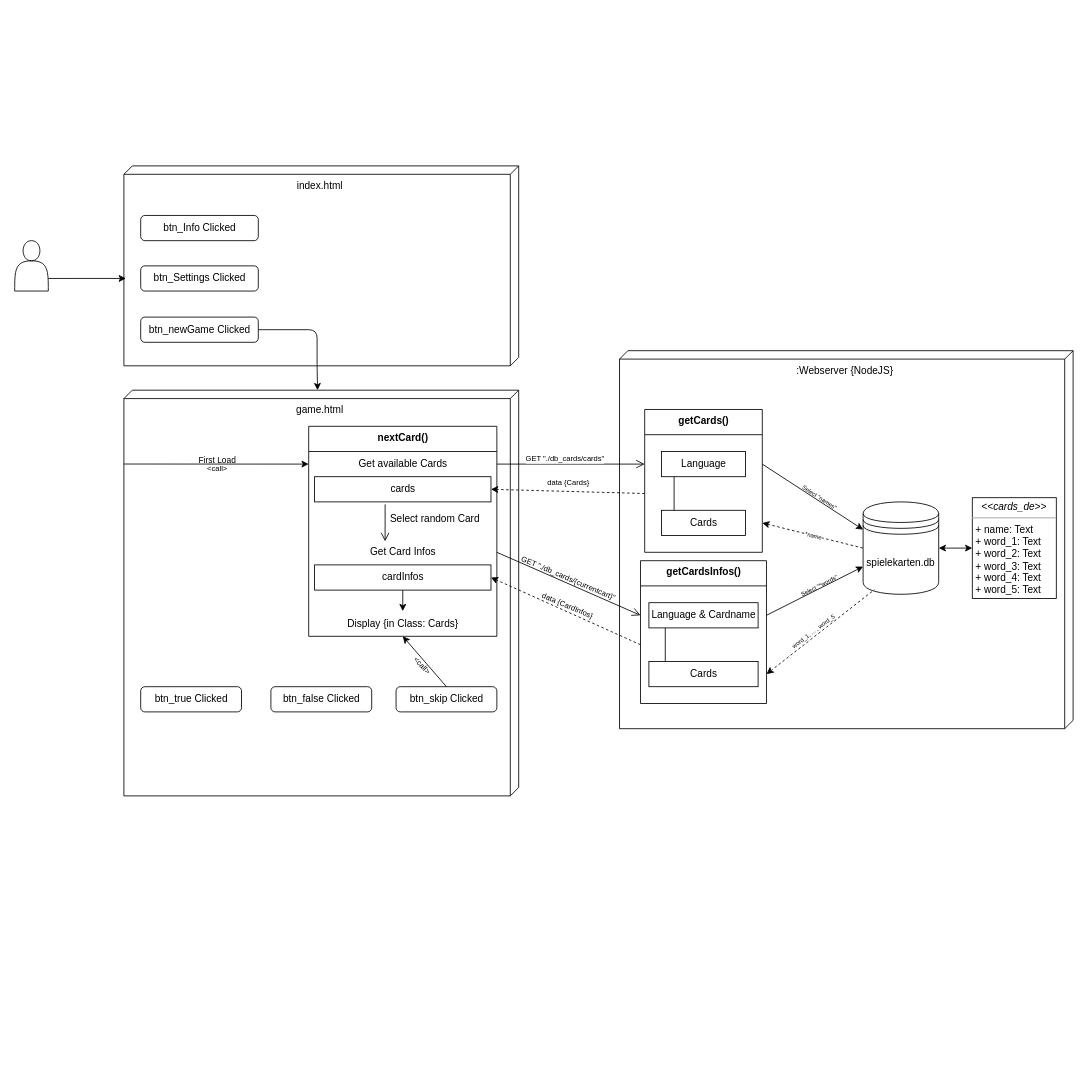
xxchillkroetexx/Projektmanagement keeps this draw.io diagram as uml.drawio. Above is the earlier version. Source tidied: cells renumbered, new cells numbered last; positions are measured from the earlier drawing's top-left corner, leaving out a move shared by most shapes. Both pictures are drawn from the tidied source at 84%, with x=0, y=0 at pixel (14, 165).
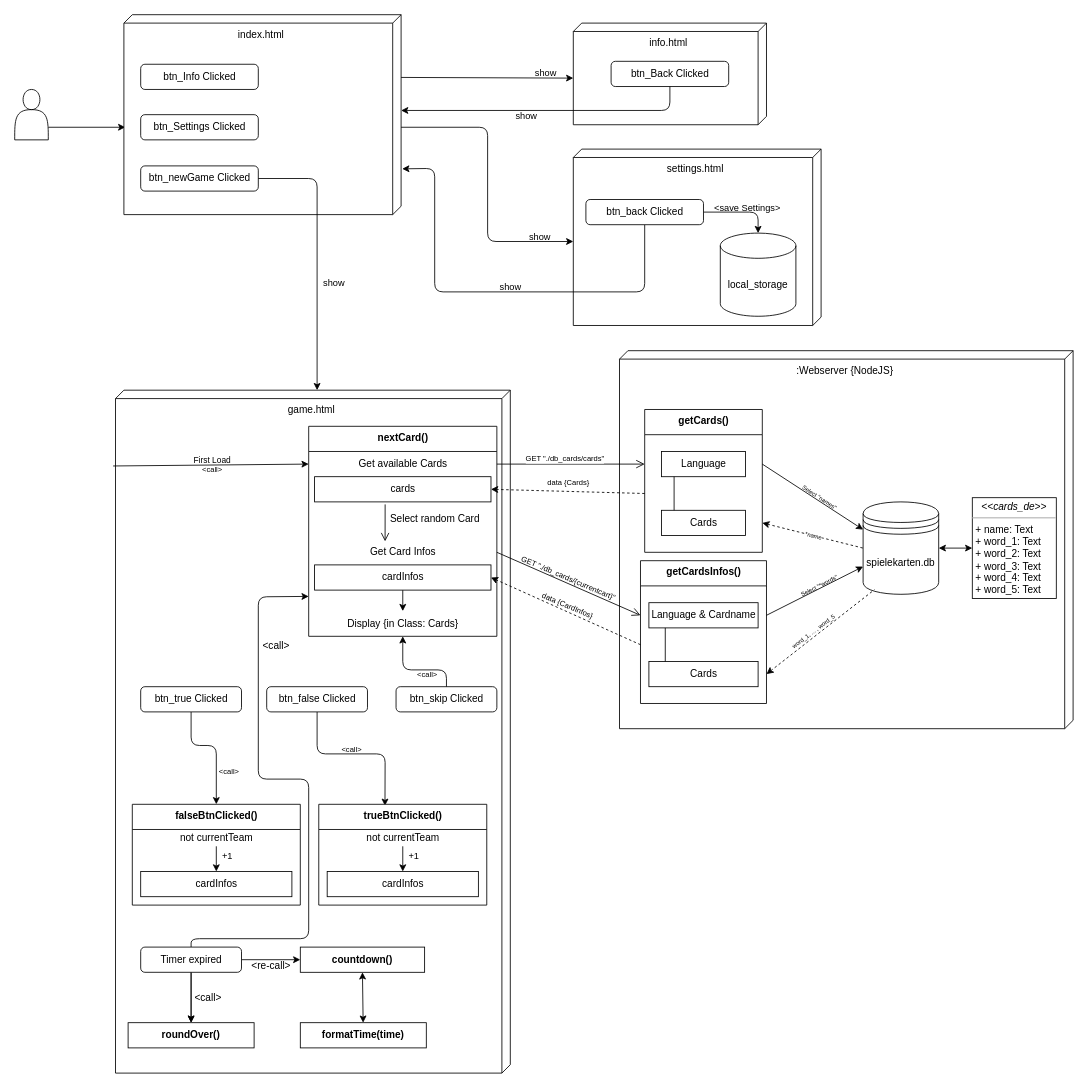
Above is the later version.

Commit message:
UML finished

The change refers to these unchanged cells:
```xml
<mxCell id="8" value="btn_skip Clicked" style="html=1;align=center;verticalAlign=middle;rounded=1;absoluteArcSize=1;arcSize=10;dashed=0;fontSize=12;gradientColor=none;" parent="1" vertex="1">
  <mxGeometry x="454" y="620" width="120" height="30" as="geometry" />
</mxCell>
<mxCell id="11" value="Get available Cards" style="html=1;strokeColor=none;fillColor=none;align=center;verticalAlign=middle;spacingLeft=4;spacingRight=4;points=[[0,0.5],[1,0.5]];fontSize=12;" parent="10" vertex="1">
  <mxGeometry y="30" width="224" height="30" as="geometry" />
</mxCell>
<mxCell id="12" style="swimlane;fontStyle=1;align=center;verticalAlign=top;horizontal=1;startSize=0;html=1;strokeColor=none;fillColor=none;fontSize=12;" parent="10" vertex="1">
  <mxGeometry y="60" width="224" height="190" as="geometry" />
</mxCell>
<mxCell id="47" value="btn_true Clicked" style="html=1;align=center;verticalAlign=middle;rounded=1;absoluteArcSize=1;arcSize=10;dashed=0;fontSize=12;gradientColor=none;" parent="1" vertex="1">
  <mxGeometry x="150" y="620" width="120" height="30" as="geometry" />
</mxCell>
```

What changed in the source:
```diff
@@
-    <mxCell id="3" style="edgeStyle=none;html=1;fontSize=9;fontColor=default;startArrow=classic;startFill=1;endArrow=none;endFill=0;entryX=0;entryY=0;entryDx=238;entryDy=240;entryPerimeter=0;" parent="1" edge="1" source="5" target="4">
-      <mxGeometry relative="1" as="geometry" />
-    </mxCell>
-    <mxCell id="4" value="index.html&lt;br style=&quot;font-size: 12px;&quot;&gt;" style="verticalAlign=top;align=center;shape=cube;size=10;direction=south;fontStyle=0;html=1;boundedLbl=1;spacingLeft=5;fontSize=12;gradientColor=none;" parent="1" vertex="1">
-      <mxGeometry x="130" width="470" height="238" as="geometry" />
-    </mxCell>
     <mxCell id="5" value="game.html" style="verticalAlign=top;align=center;shape=cube;size=10;direction=south;fontStyle=0;html=1;boundedLbl=1;spacingLeft=5;fontSize=12;gradientColor=none;" parent="1" vertex="1">
-      <mxGeometry x="130" y="267" width="470" height="483" as="geometry" />
+      <mxGeometry x="120" y="267" width="470" height="813" as="geometry" />
     </mxCell>
@@
     <mxCell id="7" style="shape=actor;whiteSpace=wrap;html=1;fontSize=12;gradientColor=none;" parent="1" vertex="1">
-      <mxGeometry y="89" width="40" height="60" as="geometry" />
+      <mxGeometry y="-91" width="40" height="60" as="geometry" />
     </mxCell>
@@
+    <mxCell id="58" style="edgeStyle=none;html=1;exitX=0.5;exitY=1;exitDx=0;exitDy=0;entryX=0.394;entryY=0.015;entryDx=0;entryDy=0;entryPerimeter=0;endArrow=classic;endFill=1;" parent="1" edge="1" source="9" target="87">
+      <mxGeometry relative="1" as="geometry">
+        <Array as="points">
+          <mxPoint x="360" y="700" />
+          <mxPoint x="441" y="700" />
+        </Array>
+      </mxGeometry>
+    </mxCell>
+    <mxCell id="59" value="&amp;lt;call&amp;gt;" style="edgeLabel;html=1;align=center;verticalAlign=middle;fontSize=9;spacingBottom=-9;labelBackgroundColor=none;" parent="58" vertex="1">
+      <mxGeometry x="0.16" y="-2" relative="1" as="geometry">
+        <mxPoint x="-22" y="-12" as="offset" />
+      </mxGeometry>
+    </mxCell>
     <mxCell id="9" value="btn_false Clicked" style="html=1;align=center;verticalAlign=middle;rounded=1;absoluteArcSize=1;arcSize=10;dashed=0;fontSize=12;gradientColor=none;" parent="1" vertex="1">
-      <mxGeometry x="305" y="620" width="120" height="30" as="geometry" />
+      <mxGeometry x="300" y="620" width="120" height="30" as="geometry" />
     </mxCell>
@@
-    <mxCell id="44" style="edgeStyle=none;html=1;exitX=0;exitY=0.5;exitDx=0;exitDy=0;entryX=0.182;entryY=1;entryDx=0;entryDy=0;entryPerimeter=0;fontSize=9;startArrow=classic;startFill=1;endArrow=none;endFill=0;" parent="1" edge="1" source="11" target="5">
+    <mxCell id="44" style="edgeStyle=none;html=1;exitX=0;exitY=0.5;exitDx=0;exitDy=0;entryX=0.111;entryY=1.006;entryDx=0;entryDy=0;entryPerimeter=0;fontSize=9;startArrow=classic;startFill=1;endArrow=none;endFill=0;" parent="1" edge="1" source="11" target="5">
       <mxGeometry relative="1" as="geometry" />
     </mxCell>
-    <mxCell id="45" value="First Load" style="edgeLabel;html=1;align=center;verticalAlign=middle;fontSize=10;labelBackgroundColor=none;" parent="44" vertex="1">
+    <mxCell id="45" value="First Load" style="edgeLabel;html=1;align=center;verticalAlign=middle;fontSize=10;labelBackgroundColor=none;spacing=2;spacingTop=-4;" parent="44" vertex="1">
       <mxGeometry relative="1" as="geometry">
         <mxPoint y="-5" as="offset" />
       </mxGeometry>
     </mxCell>
-    <mxCell id="46" value="&amp;lt;call&amp;gt;" style="edgeLabel;html=1;align=center;verticalAlign=middle;fontSize=9;fontColor=default;labelBackgroundColor=none;" parent="44" vertex="1">
+    <mxCell id="46" value="&amp;lt;call&amp;gt;" style="edgeLabel;html=1;align=center;verticalAlign=middle;fontSize=9;fontColor=default;labelBackgroundColor=none;spacingTop=-2;" parent="44" vertex="1">
       <mxGeometry relative="1" as="geometry">
         <mxPoint y="6" as="offset" />
       </mxGeometry>
     </mxCell>
+    <mxCell id="60" style="edgeStyle=none;html=1;exitX=0.5;exitY=1;exitDx=0;exitDy=0;entryX=0.5;entryY=0;entryDx=0;entryDy=0;endArrow=classic;endFill=1;" parent="1" edge="1" source="47" target="81">
+      <mxGeometry relative="1" as="geometry">
+        <Array as="points">
+          <mxPoint x="210" y="690" />
+          <mxPoint x="240" y="690" />
+        </Array>
+      </mxGeometry>
+    </mxCell>
+    <mxCell id="61" value="&amp;lt;call&amp;gt;" style="edgeLabel;html=1;align=center;verticalAlign=middle;fontSize=9;spacingLeft=-10;" parent="60" vertex="1">
+      <mxGeometry x="-0.11" y="1" relative="1" as="geometry">
+        <mxPoint x="27" y="31" as="offset" />
+      </mxGeometry>
+    </mxCell>
@@
     <mxCell id="48" style="edgeStyle=none;html=1;entryX=0.5;entryY=0;entryDx=0;entryDy=0;fontSize=9;startArrow=classic;startFill=1;endArrow=none;endFill=0;" parent="1" edge="1" target="8">
       <mxGeometry relative="1" as="geometry">
         <mxPoint x="462" y="560" as="sourcePoint" />
+        <Array as="points">
+          <mxPoint x="462" y="600" />
+          <mxPoint x="514" y="600" />
+        </Array>
       </mxGeometry>
     </mxCell>
-    <mxCell id="49" value="&amp;lt;call&amp;gt;" style="edgeLabel;html=1;align=center;verticalAlign=middle;fontSize=9;fontColor=default;rotation=48;labelBackgroundColor=none;" parent="48" vertex="1">
+    <mxCell id="49" value="&amp;lt;call&amp;gt;" style="edgeLabel;html=1;align=center;verticalAlign=middle;fontSize=9;fontColor=default;rotation=0;labelBackgroundColor=none;spacingTop=2;" parent="48" vertex="1">
       <mxGeometry relative="1" as="geometry">
-        <mxPoint x="-3" y="4" as="offset" />
+        <mxPoint x="12" y="4" as="offset" />
       </mxGeometry>
     </mxCell>
@@
-    <mxCell id="54" style="edgeStyle=none;html=1;exitX=1;exitY=0.5;exitDx=0;exitDy=0;entryX=0;entryY=0;entryDx=238;entryDy=240;entryPerimeter=0;endArrow=none;endFill=0;" parent="1" edge="1" source="55" target="4">
-      <mxGeometry relative="1" as="geometry">
-        <Array as="points">
-          <mxPoint x="360" y="195" />
-        </Array>
-      </mxGeometry>
-    </mxCell>
+    <mxCell id="62" style="edgeStyle=none;html=1;exitX=1;exitY=0.5;exitDx=0;exitDy=0;endArrow=classic;endFill=1;entryX=0;entryY=0;entryDx=110;entryDy=295;entryPerimeter=0;" parent="1" edge="1" source="56" target="66">
+      <mxGeometry relative="1" as="geometry">
+        <Array as="points">
+          <mxPoint x="563" y="-46" />
+          <mxPoint x="563" y="90" />
+        </Array>
+      </mxGeometry>
+    </mxCell>
+    <mxCell id="63" value="show" style="edgeLabel;html=1;align=center;verticalAlign=middle;labelBackgroundColor=none;spacingRight=0;spacingBottom=2;" parent="62" vertex="1">
+      <mxGeometry x="0.84" relative="1" as="geometry">
+        <mxPoint y="-5" as="offset" />
+      </mxGeometry>
+    </mxCell>
+    <mxCell id="64" style="edgeStyle=none;html=1;exitX=1;exitY=0.5;exitDx=0;exitDy=0;entryX=0;entryY=0;entryDx=65.5;entryDy=230;entryPerimeter=0;" parent="1" edge="1" source="57" target="68">
+      <mxGeometry relative="1" as="geometry" />
+    </mxCell>
+    <mxCell id="65" value="show" style="edgeLabel;html=1;align=center;verticalAlign=middle;labelBackgroundColor=none;spacingBottom=4;" parent="64" vertex="1">
+      <mxGeometry x="0.82" y="2" relative="1" as="geometry">
+        <mxPoint y="-3" as="offset" />
+      </mxGeometry>
+    </mxCell>
+    <mxCell id="66" value="settings.html" style="verticalAlign=top;align=center;shape=cube;size=10;direction=south;fontStyle=0;html=1;boundedLbl=1;spacingLeft=5;fontSize=12;gradientColor=none;" parent="1" vertex="1">
+      <mxGeometry x="665" y="-20" width="295" height="210" as="geometry" />
+    </mxCell>
+    <mxCell id="67" style="group;" parent="1" vertex="1">
+      <mxGeometry x="665" y="-170" width="230" height="121" as="geometry" />
+    </mxCell>
+    <mxCell id="68" value="info.html" style="verticalAlign=top;align=center;shape=cube;size=10;direction=south;fontStyle=0;html=1;boundedLbl=1;spacingLeft=5;fontSize=12;gradientColor=none;" parent="67" vertex="1">
+      <mxGeometry width="230" height="121" as="geometry" />
+    </mxCell>
+    <mxCell id="69" value="btn_Back&amp;nbsp;Clicked" style="html=1;align=center;verticalAlign=middle;rounded=1;absoluteArcSize=1;arcSize=10;dashed=0;fontSize=12;gradientColor=none;" parent="67" vertex="1">
+      <mxGeometry x="45" y="45.5" width="140" height="30" as="geometry" />
+    </mxCell>
+    <mxCell id="70" style="edgeStyle=none;html=1;exitX=0.5;exitY=1;exitDx=0;exitDy=0;entryX=0;entryY=0;entryDx=113.99999999999999;entryDy=0;entryPerimeter=0;endArrow=classic;endFill=1;" parent="1" edge="1" source="69" target="4">
+      <mxGeometry relative="1" as="geometry">
+        <Array as="points">
+          <mxPoint x="780" y="-66" />
+        </Array>
+      </mxGeometry>
+    </mxCell>
+    <mxCell id="71" value="show" style="edgeLabel;html=1;align=center;verticalAlign=middle;labelBackgroundColor=none;spacingBottom=-2;" parent="70" vertex="1">
+      <mxGeometry x="-0.41" y="1" relative="1" as="geometry">
+        <mxPoint x="-97" y="4" as="offset" />
+      </mxGeometry>
+    </mxCell>
+    <mxCell id="72" style="edgeStyle=none;html=1;exitX=0.5;exitY=1;exitDx=0;exitDy=0;entryX=0.771;entryY=-0.004;entryDx=0;entryDy=0;entryPerimeter=0;endArrow=classic;endFill=1;" parent="1" edge="1" source="76" target="4">
+      <mxGeometry relative="1" as="geometry">
+        <Array as="points">
+          <mxPoint x="750" y="150" />
+          <mxPoint x="500" y="150" />
+          <mxPoint x="500" y="3" />
+        </Array>
+      </mxGeometry>
+    </mxCell>
+    <mxCell id="73" value="show" style="edgeLabel;html=1;align=center;verticalAlign=middle;labelBackgroundColor=none;spacingTop=7;" parent="72" vertex="1">
+      <mxGeometry x="-0.1" y="1" relative="1" as="geometry">
+        <mxPoint x="-9" y="-11" as="offset" />
+      </mxGeometry>
+    </mxCell>
+    <mxCell id="74" style="edgeStyle=none;html=1;exitX=1;exitY=0.5;exitDx=0;exitDy=0;entryX=0.5;entryY=0;entryDx=0;entryDy=0;entryPerimeter=0;endArrow=classic;endFill=1;" parent="1" edge="1" source="76" target="80">
+      <mxGeometry relative="1" as="geometry">
+        <Array as="points">
+          <mxPoint x="885" y="55" />
+        </Array>
+      </mxGeometry>
+    </mxCell>
+    <mxCell id="75" value="&amp;lt;save Settings&amp;gt;" style="edgeLabel;html=1;align=center;verticalAlign=middle;labelBackgroundColor=none;spacingTop=-2;" parent="74" vertex="1">
+      <mxGeometry x="-0.27" y="1" relative="1" as="geometry">
+        <mxPoint x="18" y="-4" as="offset" />
+      </mxGeometry>
+    </mxCell>
+    <mxCell id="76" value="btn_back Clicked" style="html=1;align=center;verticalAlign=middle;rounded=1;absoluteArcSize=1;arcSize=10;dashed=0;fontSize=12;gradientColor=none;" parent="1" vertex="1">
+      <mxGeometry x="680" y="40" width="140" height="30" as="geometry" />
+    </mxCell>
+    <mxCell id="77" style="group;" parent="1" vertex="1">
+      <mxGeometry x="130" y="-180" width="330" height="238" as="geometry" />
+    </mxCell>
+    <mxCell id="4" value="index.html&lt;br style=&quot;font-size: 12px;&quot;&gt;" style="verticalAlign=top;align=center;shape=cube;size=10;direction=south;fontStyle=0;html=1;boundedLbl=1;spacingLeft=5;fontSize=12;gradientColor=none;" parent="77" vertex="1">
+      <mxGeometry width="330" height="238" as="geometry" />
+    </mxCell>
-    <mxCell id="55" value="btn_newGame&amp;nbsp;Clicked" style="html=1;align=center;verticalAlign=middle;rounded=1;absoluteArcSize=1;arcSize=10;dashed=0;fontSize=12;gradientColor=none;" parent="1" vertex="1">
-      <mxGeometry x="150" y="180" width="140" height="30" as="geometry" />
+    <mxCell id="55" value="btn_newGame&amp;nbsp;Clicked" style="html=1;align=center;verticalAlign=middle;rounded=1;absoluteArcSize=1;arcSize=10;dashed=0;fontSize=12;gradientColor=none;" parent="77" vertex="1">
+      <mxGeometry x="20" y="180" width="140" height="30" as="geometry" />
     </mxCell>
-    <mxCell id="56" value="btn_Settings Clicked" style="html=1;align=center;verticalAlign=middle;rounded=1;absoluteArcSize=1;arcSize=10;dashed=0;fontSize=12;gradientColor=none;" parent="1" vertex="1">
-      <mxGeometry x="150" y="119" width="140" height="30" as="geometry" />
+    <mxCell id="56" value="btn_Settings Clicked" style="html=1;align=center;verticalAlign=middle;rounded=1;absoluteArcSize=1;arcSize=10;dashed=0;fontSize=12;gradientColor=none;" parent="77" vertex="1">
+      <mxGeometry x="20" y="119" width="140" height="30" as="geometry" />
     </mxCell>
-    <mxCell id="57" value="btn_Info Clicked" style="html=1;align=center;verticalAlign=middle;rounded=1;absoluteArcSize=1;arcSize=10;dashed=0;fontSize=12;gradientColor=none;" parent="1" vertex="1">
-      <mxGeometry x="150" y="59" width="140" height="30" as="geometry" />
+    <mxCell id="57" value="btn_Info Clicked" style="html=1;align=center;verticalAlign=middle;rounded=1;absoluteArcSize=1;arcSize=10;dashed=0;fontSize=12;gradientColor=none;" parent="77" vertex="1">
+      <mxGeometry x="20" y="59" width="140" height="30" as="geometry" />
     </mxCell>
+    <mxCell id="78" style="edgeStyle=none;html=1;exitX=1;exitY=0.5;exitDx=0;exitDy=0;entryX=0;entryY=0;entryDx=0;entryDy=230;entryPerimeter=0;endArrow=classic;endFill=1;" parent="1" edge="1" source="55" target="5">
+      <mxGeometry relative="1" as="geometry">
+        <Array as="points">
+          <mxPoint x="360" y="15" />
+        </Array>
+      </mxGeometry>
+    </mxCell>
+    <mxCell id="79" value="show" style="edgeLabel;html=1;align=center;verticalAlign=middle;spacingLeft=-2;" parent="78" vertex="1">
+      <mxGeometry x="0.56" y="3" relative="1" as="geometry">
+        <mxPoint x="17" y="-57" as="offset" />
+      </mxGeometry>
+    </mxCell>
+    <mxCell id="80" value="local_storage" style="shape=cylinder3;whiteSpace=wrap;html=1;boundedLbl=1;backgroundOutline=1;size=15;labelBackgroundColor=none;" parent="1" vertex="1">
+      <mxGeometry x="840" y="80" width="90" height="99" as="geometry" />
+    </mxCell>
+    <mxCell id="81" value="falseBtnClicked()" style="swimlane;fontStyle=1;align=center;verticalAlign=top;horizontal=1;startSize=30;html=1;fontSize=12;gradientColor=none;" parent="1" vertex="1">
+      <mxGeometry x="140" y="760" width="200" height="120" as="geometry" />
+    </mxCell>
+    <mxCell id="82" value="not currentTeam" style="html=1;strokeColor=none;fillColor=none;align=center;verticalAlign=middle;spacingLeft=4;spacingRight=4;points=[[0,0.5],[1,0.5]];fontSize=12;" parent="81" vertex="1">
+      <mxGeometry y="30" width="200" height="20" as="geometry" />
+    </mxCell>
+    <mxCell id="83" style="swimlane;fontStyle=1;align=center;verticalAlign=top;horizontal=1;startSize=0;html=1;strokeColor=none;fillColor=none;fontSize=12;" parent="81" vertex="1">
+      <mxGeometry y="50" width="200" height="70" as="geometry" />
+    </mxCell>
+    <mxCell id="84" value="cardInfos" style="html=1;align=center;verticalAlign=middle;fontSize=12;gradientColor=none;" parent="83" vertex="1">
+      <mxGeometry width="180" height="30" relative="1" as="geometry">
+        <mxPoint x="10" y="30" as="offset" />
+      </mxGeometry>
+    </mxCell>
+    <mxCell id="85" style="edgeStyle=none;html=1;entryX=0.5;entryY=0;entryDx=0;entryDy=0;endArrow=classic;endFill=1;" parent="81" edge="1" source="82" target="84">
+      <mxGeometry relative="1" as="geometry" />
+    </mxCell>
+    <mxCell id="86" value="+1" style="edgeLabel;html=1;align=center;verticalAlign=middle;" parent="85" vertex="1">
+      <mxGeometry x="0.19" y="1" relative="1" as="geometry">
+        <mxPoint x="11" y="-7" as="offset" />
+      </mxGeometry>
+    </mxCell>
+    <mxCell id="87" value="trueBtnClicked()" style="swimlane;fontStyle=1;align=center;verticalAlign=top;horizontal=1;startSize=30;html=1;fontSize=12;gradientColor=none;" parent="1" vertex="1">
+      <mxGeometry x="362" y="760" width="200" height="120" as="geometry" />
+    </mxCell>
+    <mxCell id="88" value="not currentTeam" style="html=1;strokeColor=none;fillColor=none;align=center;verticalAlign=middle;spacingLeft=4;spacingRight=4;points=[[0,0.5],[1,0.5]];fontSize=12;" parent="87" vertex="1">
+      <mxGeometry y="30" width="200" height="20" as="geometry" />
+    </mxCell>
+    <mxCell id="89" style="swimlane;fontStyle=1;align=center;verticalAlign=top;horizontal=1;startSize=0;html=1;strokeColor=none;fillColor=none;fontSize=12;" parent="87" vertex="1">
+      <mxGeometry y="50" width="200" height="70" as="geometry" />
+    </mxCell>
+    <mxCell id="90" value="cardInfos" style="html=1;align=center;verticalAlign=middle;fontSize=12;gradientColor=none;" parent="89" vertex="1">
+      <mxGeometry width="180" height="30" relative="1" as="geometry">
+        <mxPoint x="10" y="30" as="offset" />
+      </mxGeometry>
+    </mxCell>
+    <mxCell id="91" style="edgeStyle=none;html=1;entryX=0.5;entryY=0;entryDx=0;entryDy=0;endArrow=classic;endFill=1;" parent="87" edge="1" source="88" target="90">
+      <mxGeometry relative="1" as="geometry" />
+    </mxCell>
+    <mxCell id="92" value="+1" style="edgeLabel;html=1;align=center;verticalAlign=middle;" parent="91" vertex="1">
+      <mxGeometry x="0.19" y="1" relative="1" as="geometry">
+        <mxPoint x="11" y="-7" as="offset" />
+      </mxGeometry>
+    </mxCell>
+    <mxCell id="93" style="edgeStyle=none;html=1;exitX=1;exitY=0.5;exitDx=0;exitDy=0;entryX=0;entryY=0.5;entryDx=0;entryDy=0;fontSize=12;endArrow=classic;endFill=1;" parent="1" edge="1" source="100" target="102">
+      <mxGeometry relative="1" as="geometry" />
+    </mxCell>
+    <mxCell id="94" value="&amp;lt;re-call&amp;gt;" style="edgeLabel;html=1;align=center;verticalAlign=middle;fontSize=12;labelBackgroundColor=none;spacingTop=3;" parent="93" vertex="1">
+      <mxGeometry x="0.33" y="-3" relative="1" as="geometry">
+        <mxPoint x="-13" y="2" as="offset" />
+      </mxGeometry>
+    </mxCell>
+    <mxCell id="95" style="edgeStyle=none;html=1;exitX=0.5;exitY=1;exitDx=0;exitDy=0;entryX=0.5;entryY=0;entryDx=0;entryDy=0;fontSize=12;endArrow=classic;endFill=1;" parent="1" edge="1" source="100" target="103">
+      <mxGeometry relative="1" as="geometry" />
+    </mxCell>
+    <mxCell id="96" value="&amp;lt;call&amp;gt;" style="edgeLabel;html=1;align=center;verticalAlign=middle;fontSize=12;labelBackgroundColor=none;spacingLeft=-2;" parent="95" vertex="1">
+      <mxGeometry x="0.32" y="-4" relative="1" as="geometry">
+        <mxPoint x="24" y="-10" as="offset" />
+      </mxGeometry>
+    </mxCell>
+    <mxCell id="97" style="edgeStyle=none;html=1;fontSize=12;endArrow=classic;endFill=1;" parent="1" edge="1" source="100" target="103">
+      <mxGeometry relative="1" as="geometry" />
+    </mxCell>
+    <mxCell id="98" style="edgeStyle=none;html=1;exitX=0.5;exitY=0;exitDx=0;exitDy=0;entryX=0;entryY=0.75;entryDx=0;entryDy=0;fontSize=12;startArrow=none;startFill=0;endArrow=classic;endFill=1;" parent="1" edge="1" source="100" target="12">
+      <mxGeometry relative="1" as="geometry">
+        <Array as="points">
+          <mxPoint x="210" y="920" />
+          <mxPoint x="350" y="920" />
+          <mxPoint x="350" y="730" />
+          <mxPoint x="290" y="730" />
+          <mxPoint x="290" y="513" />
+        </Array>
+      </mxGeometry>
+    </mxCell>
+    <mxCell id="99" value="&amp;lt;call&amp;gt;" style="edgeLabel;html=1;align=center;verticalAlign=middle;fontSize=12;labelBackgroundColor=none;" parent="98" vertex="1">
+      <mxGeometry x="0.65" y="-2" relative="1" as="geometry">
+        <mxPoint x="18" as="offset" />
+      </mxGeometry>
+    </mxCell>
+    <mxCell id="100" value="Timer&amp;nbsp;expired" style="html=1;align=center;verticalAlign=middle;rounded=1;absoluteArcSize=1;arcSize=10;dashed=0;fontSize=12;gradientColor=none;" parent="1" vertex="1">
+      <mxGeometry x="150" y="930" width="120" height="30" as="geometry" />
+    </mxCell>
+    <mxCell id="101" style="edgeStyle=none;html=1;exitX=0.5;exitY=1;exitDx=0;exitDy=0;fontSize=12;endArrow=classic;endFill=1;startArrow=classic;startFill=1;" parent="1" edge="1" source="102" target="104">
+      <mxGeometry relative="1" as="geometry" />
+    </mxCell>
+    <mxCell id="102" value="&lt;font style=&quot;font-size: 12px&quot;&gt;&lt;b&gt;countdown()&lt;/b&gt;&lt;/font&gt;" style="rounded=0;whiteSpace=wrap;html=1;labelBackgroundColor=none;fontSize=9;" parent="1" vertex="1">
+      <mxGeometry x="340" y="930" width="148" height="30" as="geometry" />
+    </mxCell>
+    <mxCell id="103" value="&lt;font style=&quot;font-size: 12px&quot;&gt;&lt;b&gt;roundOver()&lt;/b&gt;&lt;/font&gt;" style="rounded=0;whiteSpace=wrap;html=1;labelBackgroundColor=none;fontSize=9;" parent="1" vertex="1">
+      <mxGeometry x="135" y="1020" width="150" height="30" as="geometry" />
+    </mxCell>
+    <mxCell id="104" value="&lt;font style=&quot;font-size: 12px&quot;&gt;&lt;b&gt;formatTime(time)&lt;/b&gt;&lt;/font&gt;" style="rounded=0;whiteSpace=wrap;html=1;labelBackgroundColor=none;fontSize=9;glass=0;shadow=0;sketch=0;" parent="1" vertex="1">
+      <mxGeometry x="340" y="1020" width="150" height="30" as="geometry" />
+    </mxCell>
```
